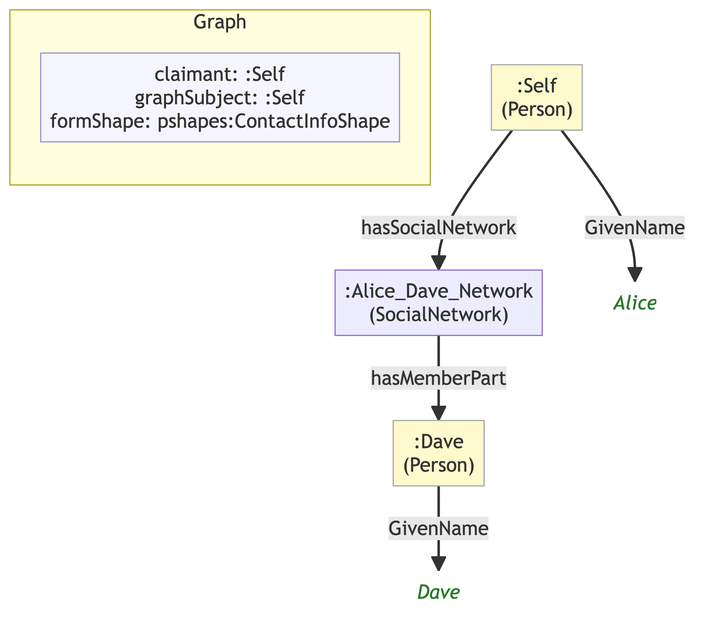
This is example/graphs/images/graph-66.png from MeeFoundation/mia-ontologies, a Mermaid export, as it was before one commit. Its source is kept beside it as example/graphs/images/graph-66.mmd.
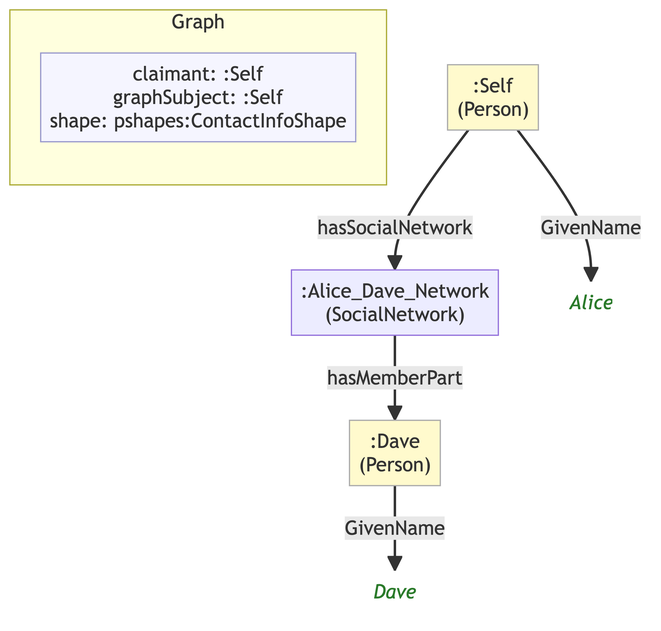
After the change.

The edit, as a diff of the source:
```diff
@@ -7,16 +7,16 @@
 
     subgraph ctx["Graph"]
         direction LR
-        ctx_meta["claimant: :Self\ngraphSubject: :Self\nformShape: pshapes:ContactInfoShape"]:::meta
+        ctx_meta["claimant: :Self\ngraphSubject: :Self\nshape: pshapes:ContactInfoShape"]:::meta
     end
 
     n51f59fdbffe5[":Alice_Dave_Network\n(SocialNetwork)"]
     nb69bdc5e9e9b[":Dave\n(Person)"]:::person
-    n1bc059c4a943("Dave"):::lit
+    nf9545fa626e2("Dave"):::lit
     n655e442e50be[":Self\n(Person)"]:::person
-    nbcf3fff48b38("Alice"):::lit
+    n3504dcb92bec("Alice"):::lit
 
     n51f59fdbffe5 -->|"hasMemberPart"| nb69bdc5e9e9b
-    nb69bdc5e9e9b -->|"GivenName"| n1bc059c4a943
-    n655e442e50be -->|"GivenName"| nbcf3fff48b38
+    nb69bdc5e9e9b -->|"GivenName"| nf9545fa626e2
+    n655e442e50be -->|"GivenName"| n3504dcb92bec
     n655e442e50be -->|"hasSocialNetwork"| n51f59fdbffe5
```
